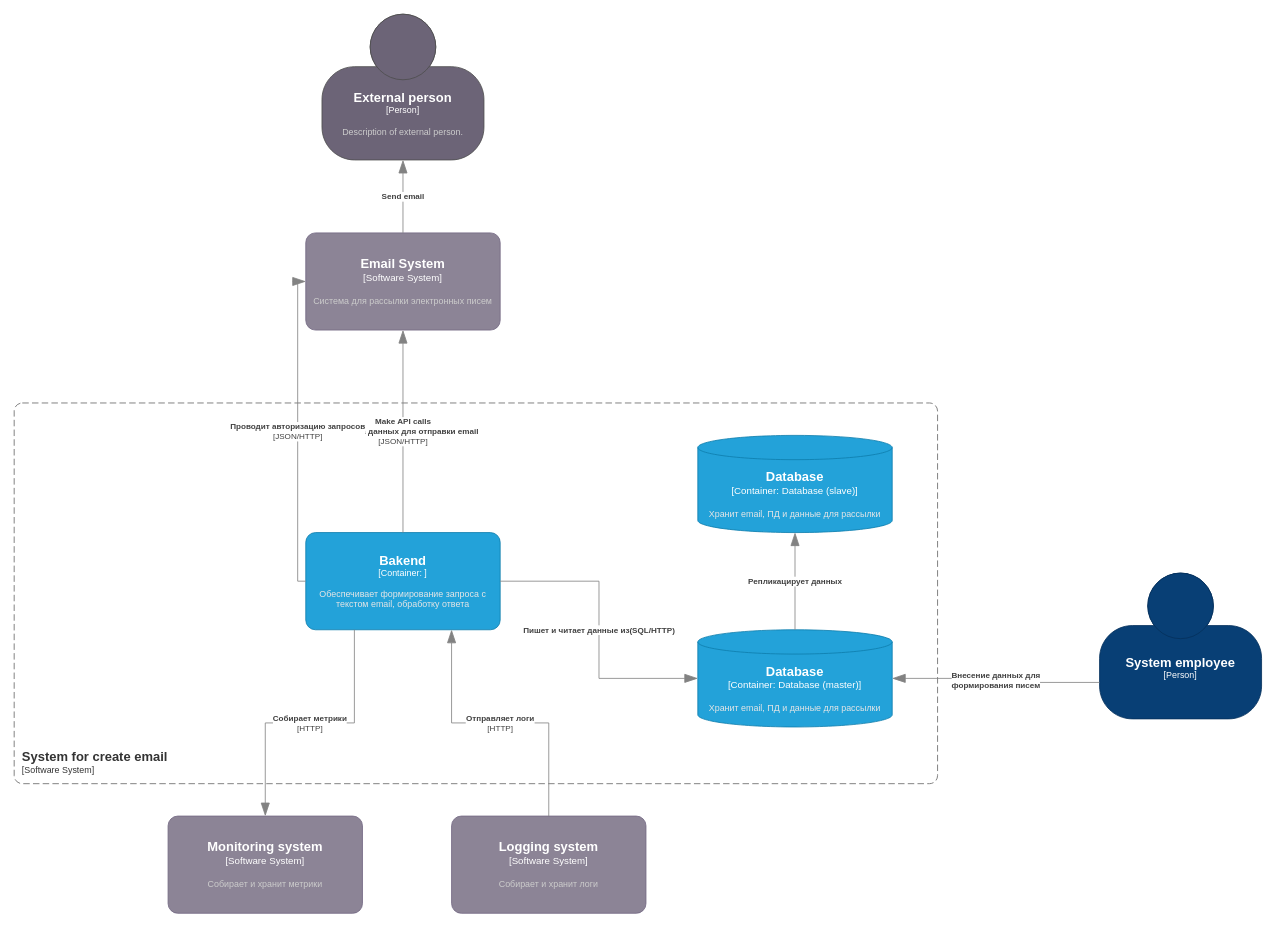
Above: Project_Task3/Container_diagram_Task3drawio.drawio in NikpeFreiheit/Analyst_test_GV (draw.io), before the change. Source tidied: cells renumbered, new cells numbered last; positions are measured from the earlier drawing's top-left corner, leaving out a move shared by most shapes. Both pictures are drawn from the tidied source at 81%, with x=0, y=0 at pixel (14, 14).
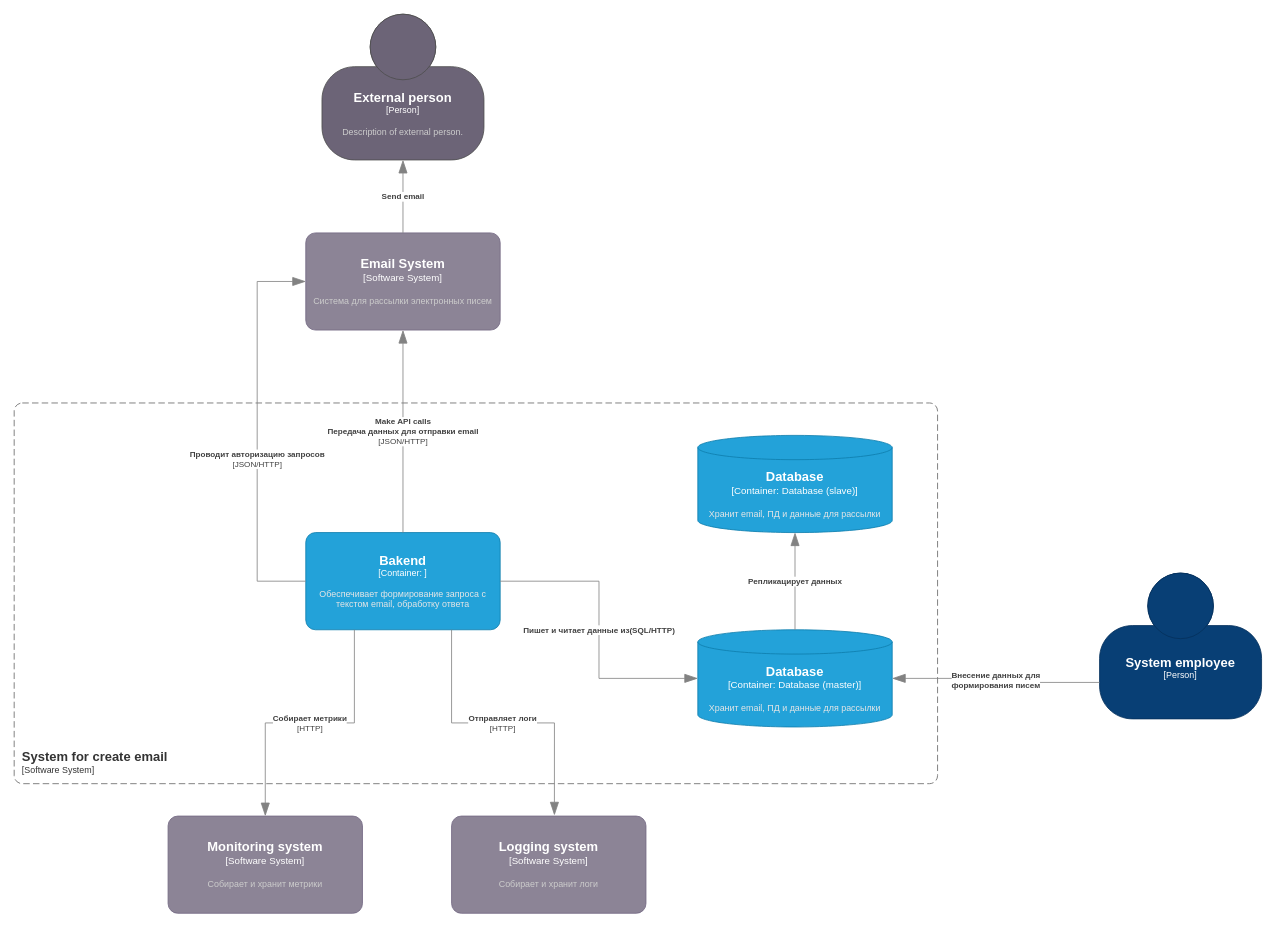
The same diagram, later.

The change refers to these unchanged cells:
```xml
<object id="2" label="&lt;font style=&quot;font-size: 16px&quot;&gt;&lt;b&gt;%c4Name%&lt;/b&gt;&lt;/font&gt;&lt;div&gt;[%c4Type%]&lt;/div&gt;&lt;br&gt;&lt;div&gt;&lt;font style=&quot;font-size: 11px&quot;&gt;&lt;font color=&quot;#cccccc&quot;&gt;%c4Description%&lt;/font&gt;&lt;/div&gt;" c4Description="Система для рассылки электронных писем" c4Name="Email System" c4Type="Software System" placeholders="1">
  <mxCell style="rounded=1;whiteSpace=wrap;html=1;labelBackgroundColor=none;fillColor=#8C8496;fontColor=#ffffff;align=center;arcSize=10;strokeColor=#736782;points=[[0.25,0,0],[0.5,0,0],[0.75,0,0],[1,0.25,0],[1,0.5,0],[1,0.75,0],[0.75,1,0],[0.5,1,0],[0.25,1,0],[0,0.75,0],[0,0.5,0],[0,0.25,0]];" parent="1" vertex="1">
    <mxGeometry x="360" y="270" width="240" height="120" as="geometry" />
  </mxCell>
</object>
<object id="6" label="&lt;font style=&quot;font-size: 16px&quot;&gt;&lt;b&gt;%c4Name%&lt;/b&gt;&lt;/font&gt;&lt;div&gt;[%c4Type%: %c4Technology%]&lt;/div&gt;&lt;br&gt;&lt;div&gt;&lt;font style=&quot;font-size: 11px&quot;&gt;&lt;font color=&quot;#E6E6E6&quot;&gt;%c4Description%&lt;/font&gt;&lt;/div&gt;" c4Description="Обеспечивает формирование запроса с текстом email, обработку ответа" c4Name="Bakend" c4Technology="" c4Type="Container" placeholders="1">
  <mxCell style="rounded=1;whiteSpace=wrap;html=1;fontSize=11;labelBackgroundColor=none;fillColor=#23A2D9;fontColor=#ffffff;align=center;arcSize=10;strokeColor=#0E7DAD;points=[[0.25,0,0],[0.5,0,0],[0.75,0,0],[1,0.25,0],[1,0.5,0],[1,0.75,0],[0.75,1,0],[0.5,1,0],[0.25,1,0],[0,0.75,0],[0,0.5,0],[0,0.25,0]];" parent="1" vertex="1">
    <mxGeometry x="360" y="640" width="240" height="120" as="geometry" />
  </mxCell>
</object>
<object id="10" label="&lt;font style=&quot;font-size: 16px&quot;&gt;&lt;b&gt;%c4Name%&lt;/b&gt;&lt;/font&gt;&lt;div&gt;[%c4Type%]&lt;/div&gt;&lt;br&gt;&lt;div&gt;&lt;font style=&quot;font-size: 11px&quot;&gt;&lt;font color=&quot;#cccccc&quot;&gt;%c4Description%&lt;/font&gt;&lt;/div&gt;" c4Description="Собирает и хранит логи" c4Name="Logging system" c4Type="Software System" placeholders="1">
  <mxCell style="rounded=1;whiteSpace=wrap;html=1;labelBackgroundColor=none;fillColor=#8C8496;fontColor=#ffffff;align=center;arcSize=10;strokeColor=#736782;points=[[0.25,0,0],[0.5,0,0],[0.75,0,0],[1,0.25,0],[1,0.5,0],[1,0.75,0],[0.75,1,0],[0.5,1,0],[0.25,1,0],[0,0.75,0],[0,0.5,0],[0,0.25,0]];" parent="1" vertex="1">
    <mxGeometry x="540" y="990" width="240" height="120" as="geometry" />
  </mxCell>
</object>
```

The edit, as a diff of the source:
```diff
@@
     <object id="15" label="&lt;div style=&quot;text-align: left&quot;&gt;&lt;div style=&quot;text-align: center&quot;&gt;&lt;b&gt;%c4Description%&lt;/b&gt;&lt;/div&gt;&lt;div style=&quot;text-align: center&quot;&gt;[%c4Technology%]&lt;/div&gt;&lt;/div&gt;" c4Description="Проводит авторизацию запросов" c4Technology="JSON/HTTP" placeholders="1">
       <mxCell style="endArrow=blockThin;html=1;fontSize=10;fontColor=#404040;strokeWidth=1;endFill=1;strokeColor=#828282;elbow=vertical;endSize=14;startSize=14;jumpStyle=arc;jumpSize=16;rounded=0;edgeStyle=orthogonalEdgeStyle;exitX=0;exitY=0.5;exitDx=0;exitDy=0;exitPerimeter=0;entryX=0;entryY=0.5;entryDx=0;entryDy=0;entryPerimeter=0;" parent="1" edge="1" source="6" target="2">
-        <mxGeometry relative="1" as="geometry" />
+        <mxGeometry x="-0.14" relative="1" as="geometry">
+          <Array as="points">
+            <mxPoint x="300" y="700" />
+            <mxPoint x="300" y="330" />
+          </Array>
+        </mxGeometry>
       </mxCell>
     </object>
@@
     <object id="17" label="&lt;div style=&quot;text-align: left&quot;&gt;&lt;div style=&quot;text-align: center&quot;&gt;&lt;b&gt;%c4Description%&lt;/b&gt;&lt;/div&gt;&lt;div style=&quot;text-align: center&quot;&gt;[%c4Technology%]&lt;/div&gt;&lt;/div&gt;" c4Description="Отправляет логи" c4Technology="HTTP" placeholders="1">
-      <mxCell style="endArrow=blockThin;html=1;fontSize=10;fontColor=#404040;strokeWidth=1;endFill=1;strokeColor=#828282;elbow=vertical;endSize=14;startSize=14;jumpStyle=arc;jumpSize=16;rounded=0;edgeStyle=orthogonalEdgeStyle;exitX=0.5;exitY=0;exitDx=0;exitDy=0;exitPerimeter=0;entryX=0.75;entryY=1;entryDx=0;entryDy=0;entryPerimeter=0;" parent="1" edge="1" source="10" target="6">
+      <mxCell style="endArrow=blockThin;html=1;fontSize=10;fontColor=#404040;strokeWidth=1;endFill=1;strokeColor=#828282;elbow=vertical;endSize=14;startSize=14;jumpStyle=arc;jumpSize=16;rounded=0;edgeStyle=orthogonalEdgeStyle;entryX=0.529;entryY=-0.008;entryDx=0;entryDy=0;entryPerimeter=0;exitX=0.75;exitY=1;exitDx=0;exitDy=0;exitPerimeter=0;" parent="1" edge="1" source="6" target="10">
         <mxGeometry relative="1" as="geometry" />
       </mxCell>
     </object>
```
